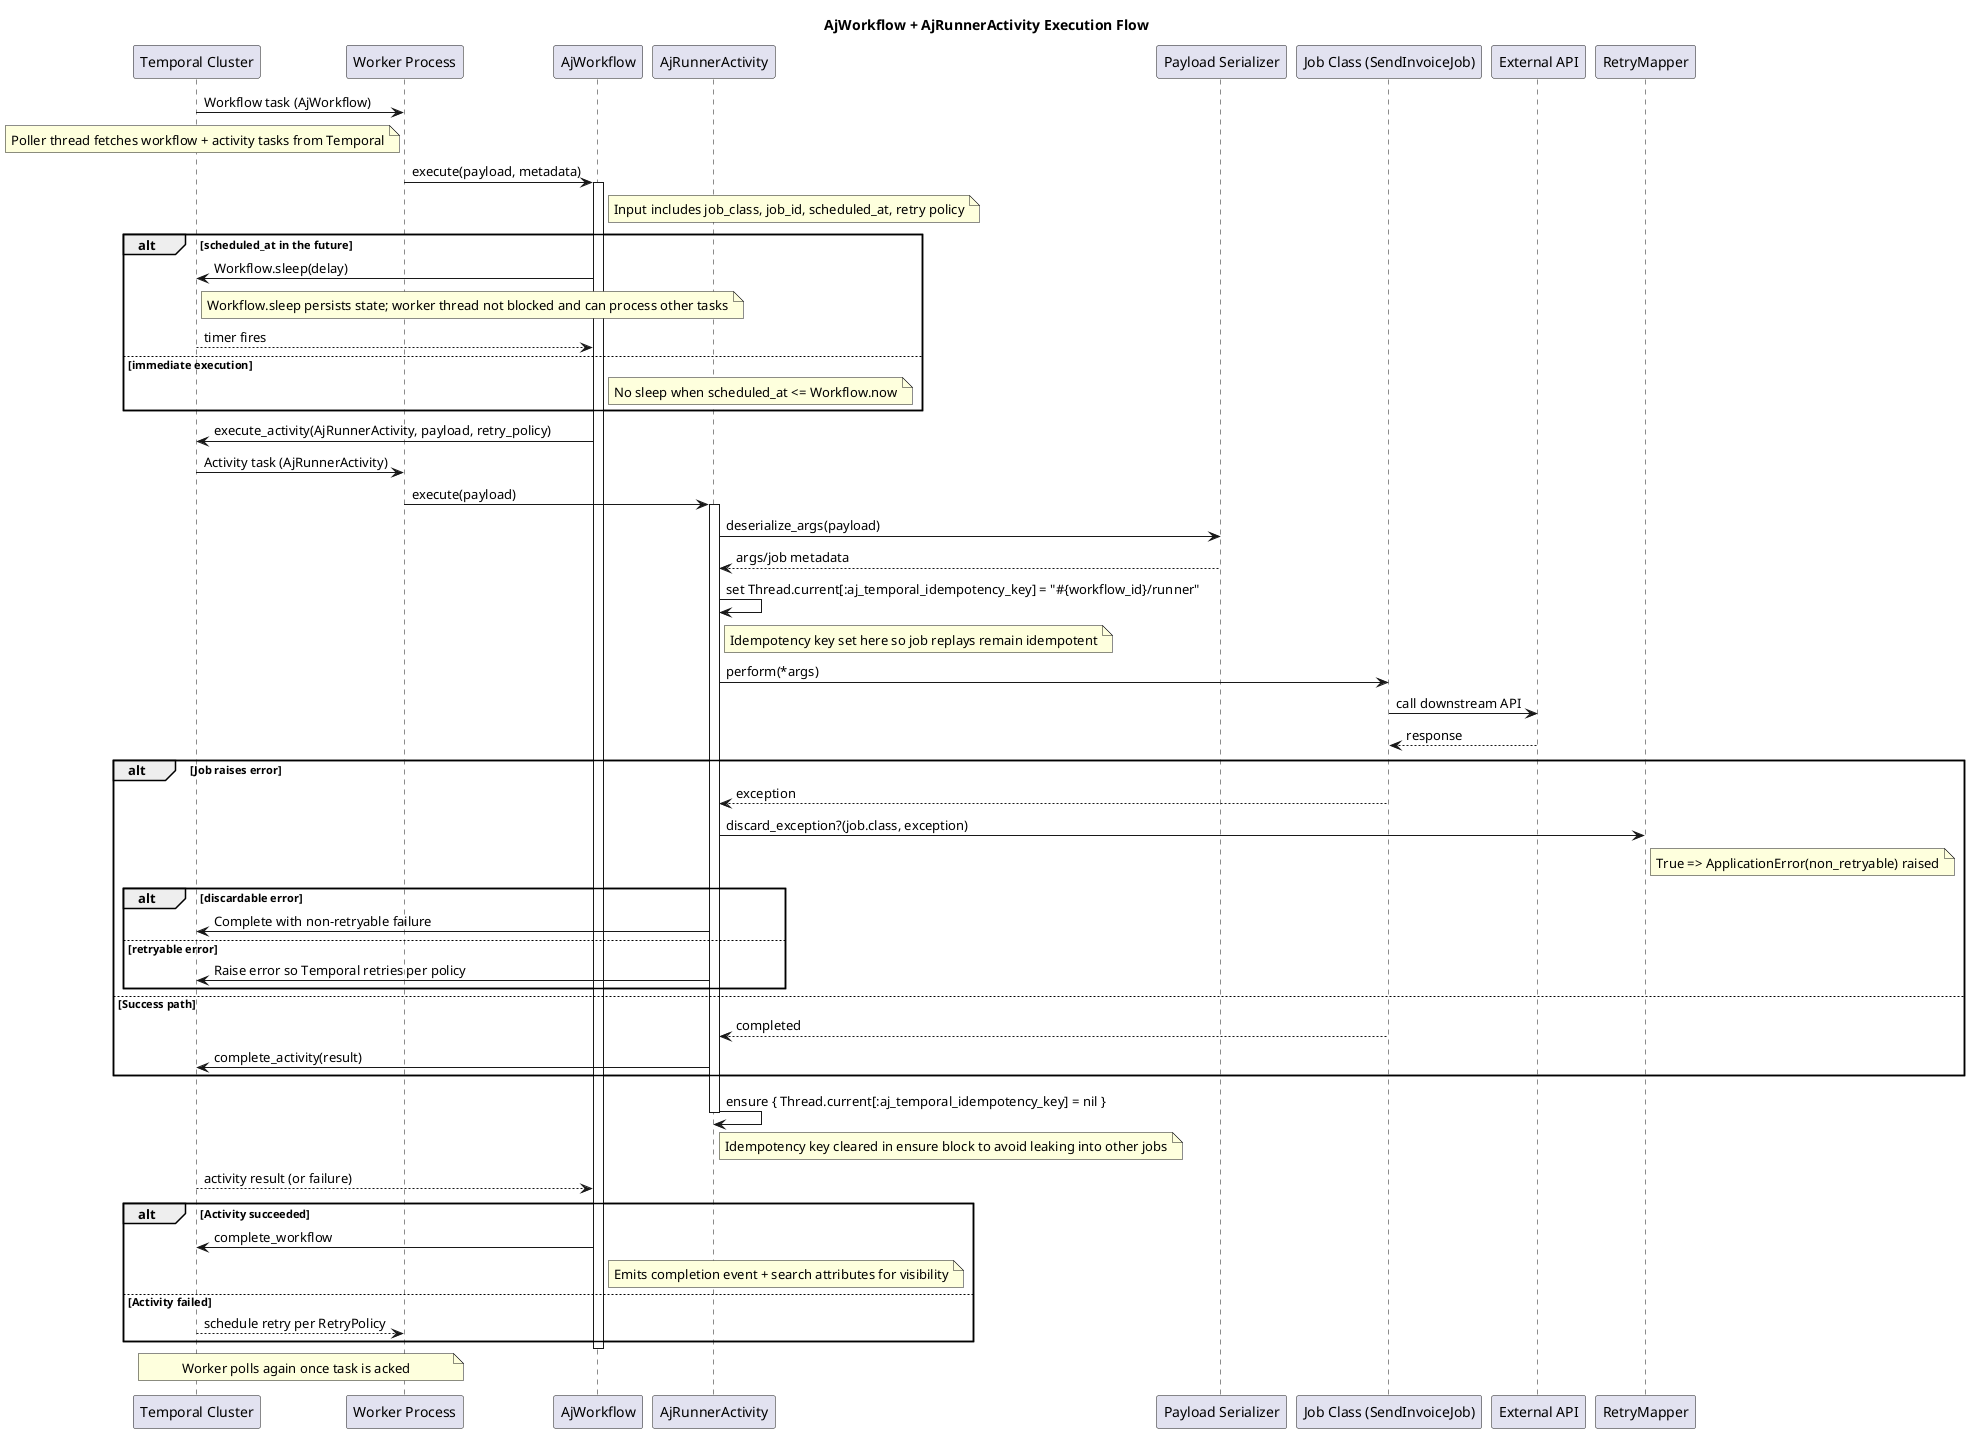
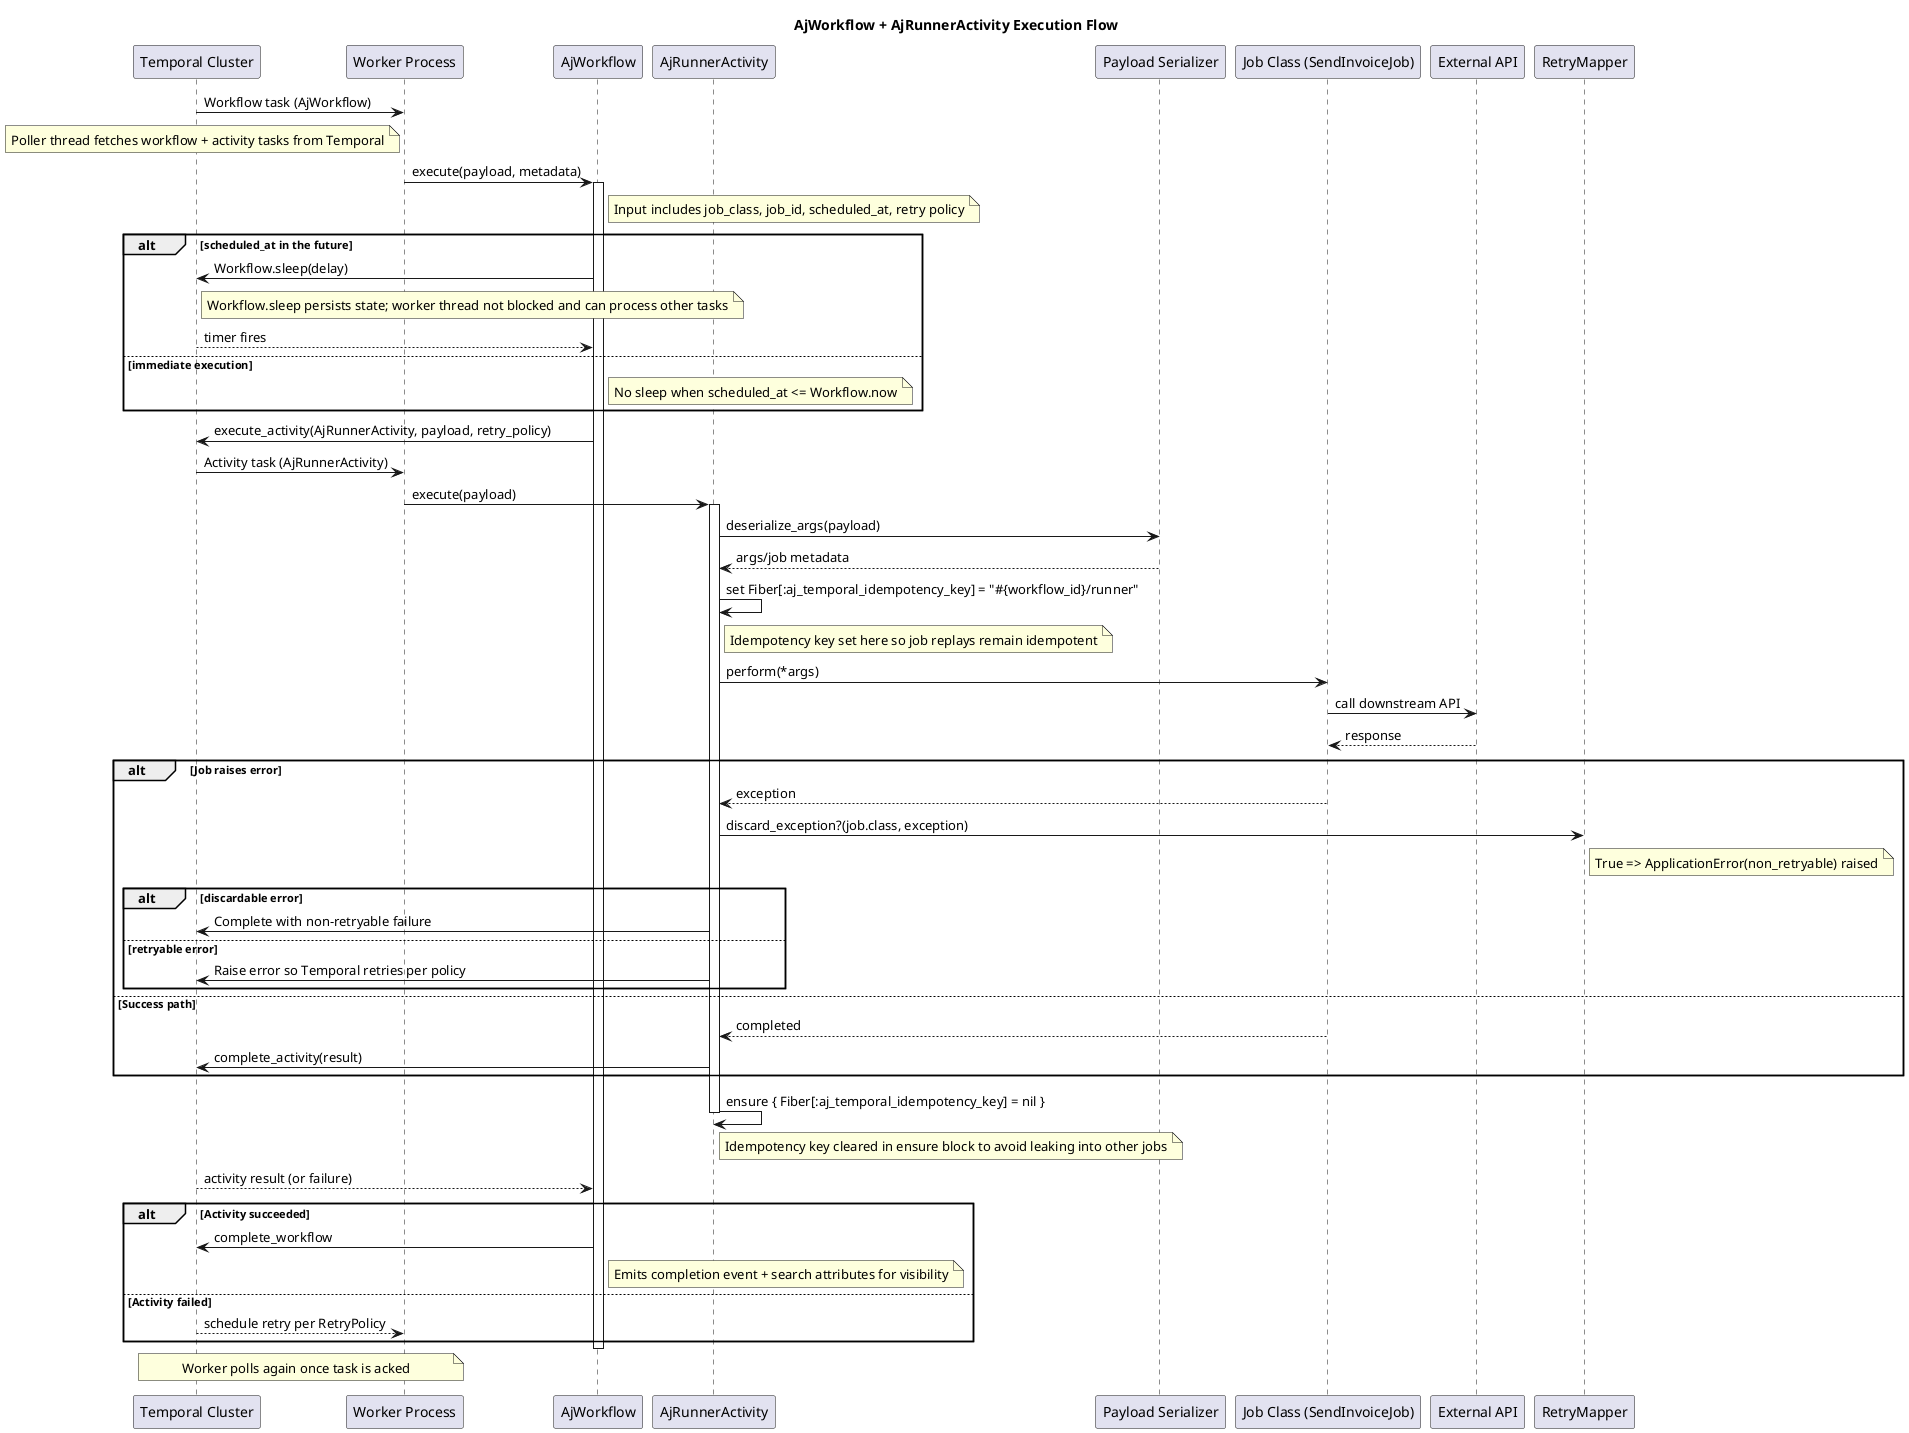
@startuml
title AjWorkflow + AjRunnerActivity Execution Flow

participant "Temporal Cluster" as Temporal
participant "Worker Process" as Worker
participant "AjWorkflow" as Workflow
participant "AjRunnerActivity" as Activity
participant "Payload Serializer" as Payload
participant "Job Class (SendInvoiceJob)" as Job
participant "External API" as External
participant "RetryMapper" as Retry

Temporal -> Worker: Workflow task (AjWorkflow)
note left of Worker: Poller thread fetches workflow + activity tasks from Temporal
Worker -> Workflow: execute(payload, metadata)
activate Workflow
note right of Workflow: Input includes job_class, job_id, scheduled_at, retry policy

alt scheduled_at in the future
  Workflow -> Temporal: Workflow.sleep(delay)
  note right of Temporal: Workflow.sleep persists state; worker thread not blocked and can process other tasks
  Temporal --> Workflow: timer fires
else immediate execution
  note right of Workflow: No sleep when scheduled_at <= Workflow.now
end

Workflow -> Temporal: execute_activity(AjRunnerActivity, payload, retry_policy)
Temporal -> Worker: Activity task (AjRunnerActivity)
Worker -> Activity: execute(payload)
activate Activity
Activity -> Payload: deserialize_args(payload)
Payload --> Activity: args/job metadata
- Activity -> Activity: set Thread.current[:aj_temporal_idempotency_key] = "#{workflow_id}/runner"
+ Activity -> Activity: set Fiber[:aj_temporal_idempotency_key] = "#{workflow_id}/runner"
note right of Activity: Idempotency key set here so job replays remain idempotent
Activity -> Job: perform(*args)
Job -> External: call downstream API
External --> Job: response

alt Job raises error
  Job --> Activity: exception
  Activity -> Retry: discard_exception?(job.class, exception)
  note right of Retry: True => ApplicationError(non_retryable) raised
  alt discardable error
    Activity -> Temporal: Complete with non-retryable failure
  else retryable error
    Activity -> Temporal: Raise error so Temporal retries per policy
  end
else Success path
  Job --> Activity: completed
  Activity -> Temporal: complete_activity(result)
end

- Activity -> Activity: ensure { Thread.current[:aj_temporal_idempotency_key] = nil }
+ Activity -> Activity: ensure { Fiber[:aj_temporal_idempotency_key] = nil }
note right of Activity: Idempotency key cleared in ensure block to avoid leaking into other jobs
deactivate Activity
Temporal --> Workflow: activity result (or failure)
alt Activity succeeded
  Workflow -> Temporal: complete_workflow
  note right of Workflow: Emits completion event + search attributes for visibility
else Activity failed
  Temporal --> Worker: schedule retry per RetryPolicy
end

deactivate Workflow
note over Temporal, Worker: Worker polls again once task is acked
@enduml
